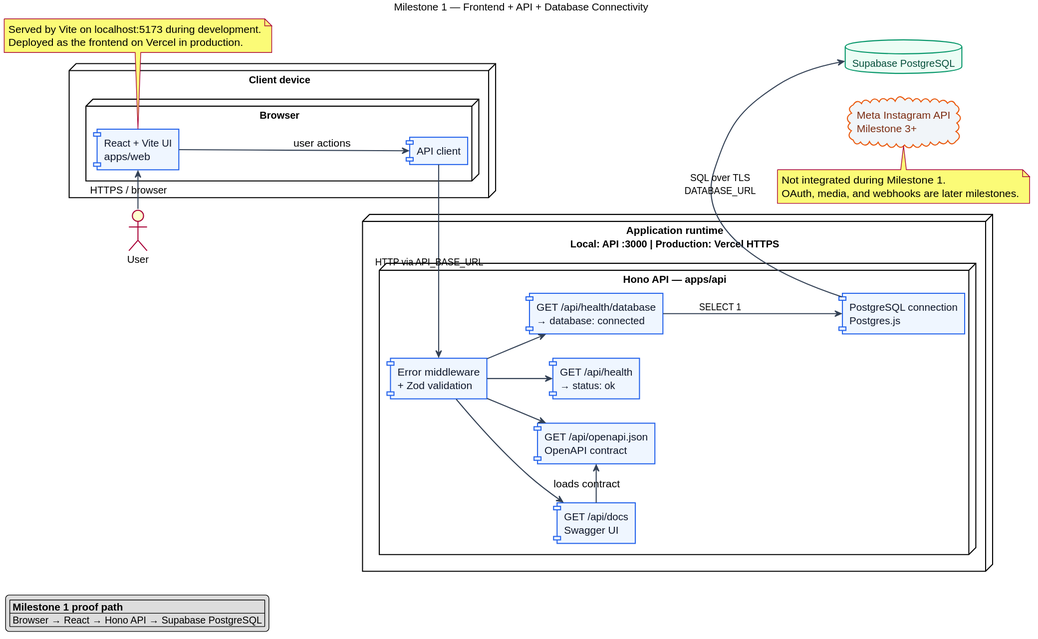
The PlantUML diagram doc/diagrams/milestone-1-architecture.svg in VladimirVasilijevic/instagram-automation, before a commit.
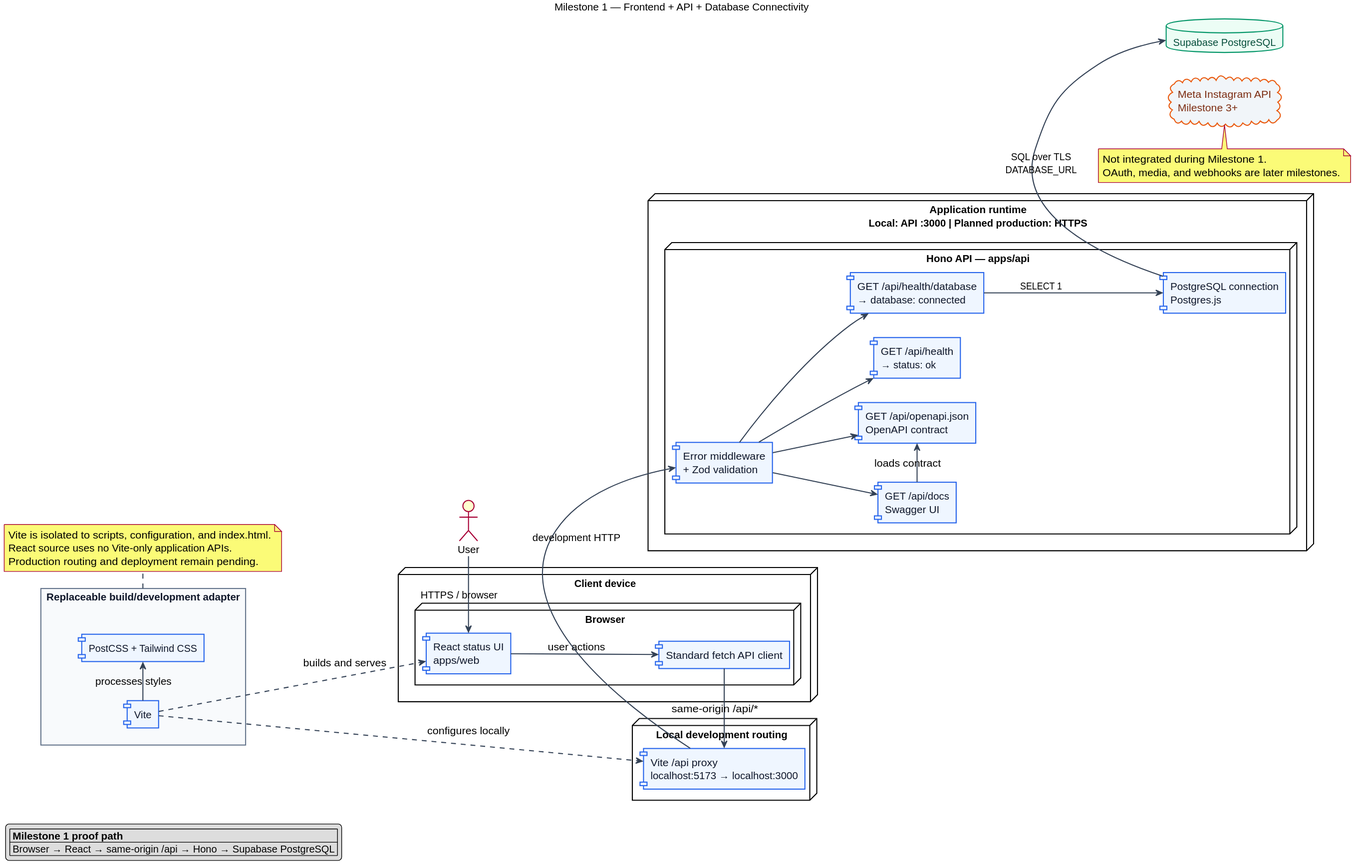
Above is the later version.

Change to the diagram source:
```diff
@@ -34,14 +34,25 @@
 
 node "Client device" as device {
   node "Browser" as browser {
-    component "React + Vite UI\napps/web" as web
-    component "API client" as client
+    component "React status UI\napps/web" as web
+    component "Standard fetch API client" as client
 
     web -down-> client : user actions
   }
 }
 
-node "Application runtime\nLocal: API :3000 | Production: Vercel HTTPS" as runtime {
+rectangle "Replaceable build/development adapter" as buildAdapter {
+  component "Vite" as vite
+  component "PostCSS + Tailwind CSS" as css
+
+  vite -right-> css : processes styles
+}
+
+node "Local development routing" as localRouting {
+  component "Vite /api proxy\nlocalhost:5173 → localhost:3000" as proxy
+}
+
+node "Application runtime\nLocal: API :3000 | Planned production: HTTPS" as runtime {
   node "Hono API — apps/api" as api {
     component "Error middleware\n+ Zod validation" as pipeline
     component "GET /api/health\n→ status: ok" as health
@@ -63,13 +74,17 @@
 cloud "Meta Instagram API\nMilestone 3+" as meta #F1F5F9
 
 user -right-> web : HTTPS / browser
-client -right-> pipeline : HTTP via API_BASE_URL
+client -right-> proxy : same-origin /api/*
+proxy -right-> pipeline : development HTTP
 postgres -right-> database : SQL over TLS\nDATABASE_URL
 database -[hidden]right-> meta
+vite ..> web : builds and serves
+vite ..> proxy : configures locally
 
-note bottom of web
-  Served by Vite on localhost:5173 during development.
-  Deployed as the frontend on Vercel in production.
+note bottom of buildAdapter
+  Vite is isolated to scripts, configuration, and index.html.
+  React source uses no Vite-only application APIs.
+  Production routing and deployment remain pending.
 end note
 
 note bottom of meta
@@ -79,7 +94,7 @@
 
 legend bottom left
   |= Milestone 1 proof path |
-  | Browser → React → Hono API → Supabase PostgreSQL |
+  | Browser → React → same-origin /api → Hono → Supabase PostgreSQL |
 endlegend
 
 @enduml
```
